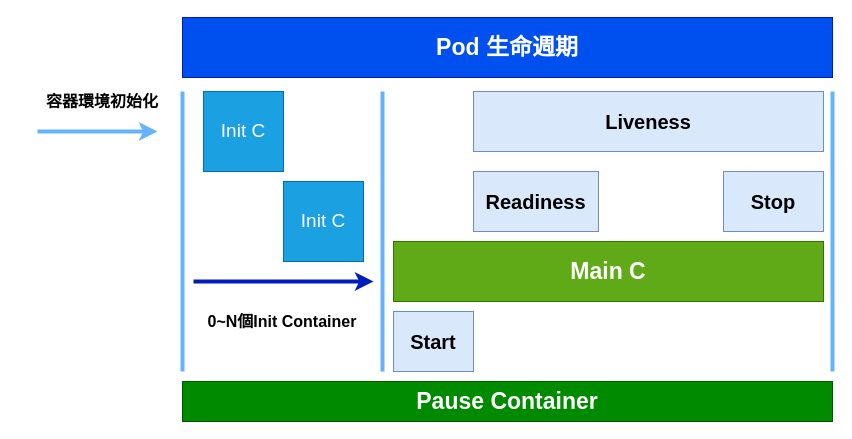
The draw.io diagram Pod 生命週期.drawio in sun873087/drawio, before the edit. Source tidied: cells renumbered, new cells numbered last; positions are measured from the earlier drawing's top-left corner, leaving out a move shared by most shapes. Both pictures are drawn from the tidied source at 100%, with x=0, y=0 at pixel (17, 17).
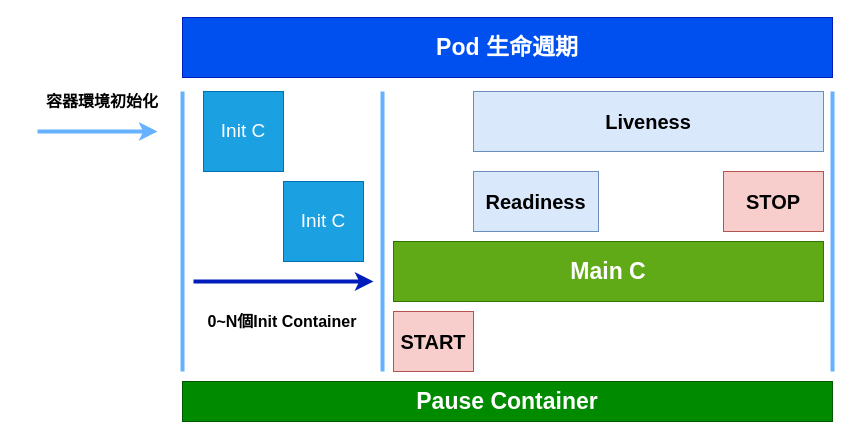
Above is the later version.

What changed in the source:
```diff
@@
-    <mxCell id="6" value="&lt;span&gt;&lt;b&gt;&lt;font style=&quot;font-size: 20px&quot;&gt;Start&lt;/font&gt;&lt;/b&gt;&lt;/span&gt;" style="rounded=0;whiteSpace=wrap;html=1;fillColor=#dae8fc;strokeColor=#6c8ebf;" parent="1" vertex="1">
+    <mxCell id="6" value="&lt;span&gt;&lt;b&gt;&lt;font style=&quot;font-size: 20px&quot;&gt;START&lt;/font&gt;&lt;/b&gt;&lt;/span&gt;" style="rounded=0;whiteSpace=wrap;html=1;fillColor=#f8cecc;strokeColor=#b85450;" parent="1" vertex="1">
       <mxGeometry x="376" y="294" width="80" height="60" as="geometry" />
     </mxCell>
-    <mxCell id="7" value="&lt;span&gt;&lt;b&gt;&lt;font style=&quot;font-size: 20px&quot;&gt;Stop&lt;/font&gt;&lt;/b&gt;&lt;/span&gt;" style="rounded=0;whiteSpace=wrap;html=1;fillColor=#dae8fc;strokeColor=#6c8ebf;" parent="1" vertex="1">
+    <mxCell id="7" value="&lt;span&gt;&lt;b&gt;&lt;font style=&quot;font-size: 20px&quot;&gt;STOP&lt;/font&gt;&lt;/b&gt;&lt;/span&gt;" style="rounded=0;whiteSpace=wrap;html=1;fillColor=#f8cecc;strokeColor=#b85450;" parent="1" vertex="1">
       <mxGeometry x="706" y="154" width="100" height="60" as="geometry" />
     </mxCell>
```
